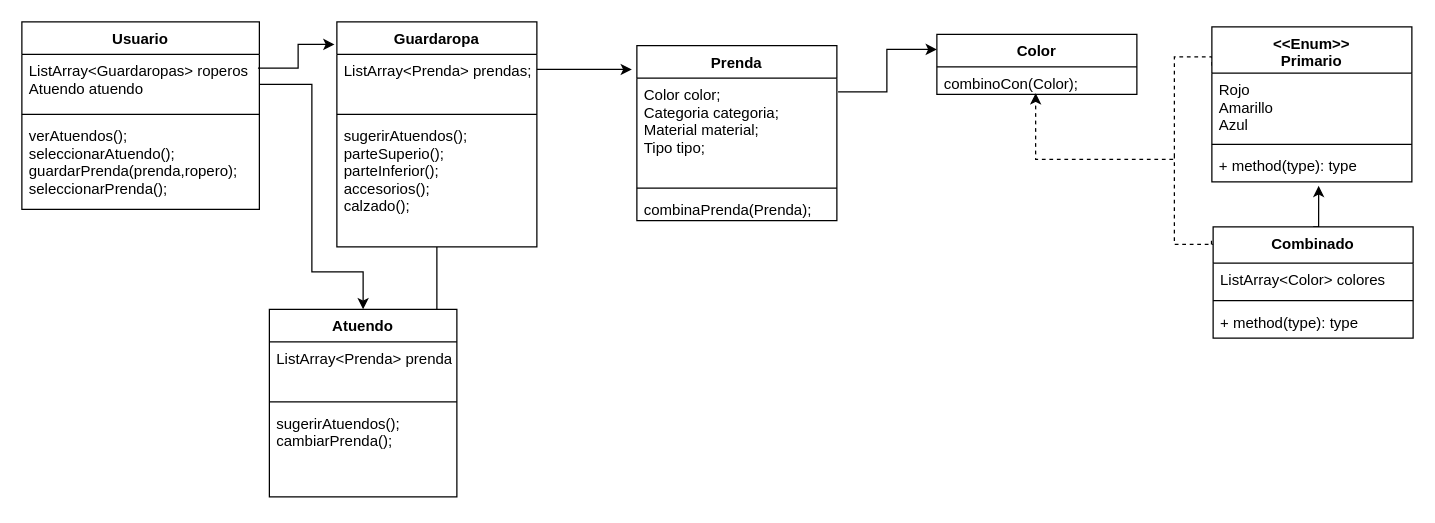
Earlier version of the draw.io diagram UML.drawio (Dzukito/Que-me-pongo). Source tidied: cells renumbered, new cells numbered last; positions are measured from the earlier drawing's top-left corner, leaving out a move shared by most shapes. Both pictures are drawn from the tidied source at 125%, with x=0, y=0 at pixel (21, 21).
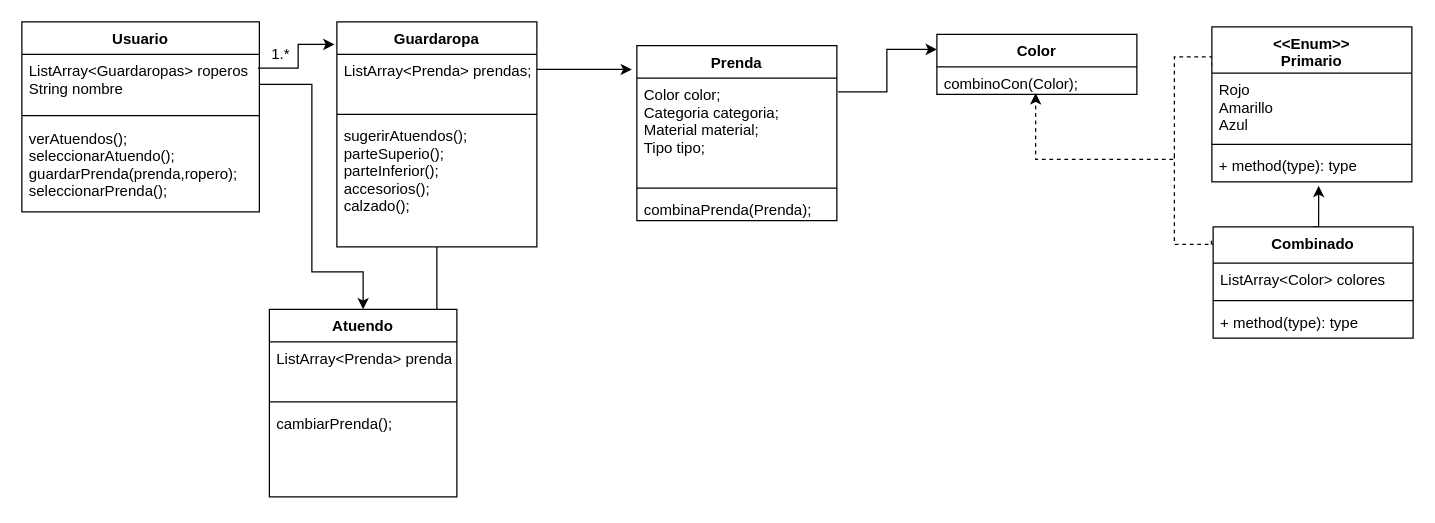
The same diagram, later.

Commit message:
modifico UML

Unchanged cells that the change refers to:
```xml
<mxCell id="21" value="Atuendo" style="swimlane;fontStyle=1;align=center;verticalAlign=top;horizontal=1;startSize=26;" parent="1" vertex="1">
  <mxGeometry x="198" y="230" width="150" height="150" as="geometry" />
</mxCell>
```

The edit, as a diff of the source:
```diff
@@
     <mxCell id="4" value="Usuario" style="swimlane;fontStyle=1;align=center;verticalAlign=top;horizontal=1;startSize=26;" parent="1" vertex="1">
-      <mxGeometry width="190" height="150" as="geometry" />
+      <mxGeometry width="190" height="152" as="geometry" />
     </mxCell>
-    <mxCell id="5" value="ListArray&lt;Guardaropas&gt; roperos&#10;Atuendo atuendo&#10;" style="text;strokeColor=none;fillColor=none;align=left;verticalAlign=top;spacingLeft=4;spacingRight=4;overflow=hidden;points=[[0,0.5],[1,0.5]];portConstraint=eastwest;" parent="4" vertex="1">
+    <mxCell id="5" value="ListArray&lt;Guardaropas&gt; roperos&#10;String nombre&#10;" style="text;strokeColor=none;fillColor=none;align=left;verticalAlign=top;spacingLeft=4;spacingRight=4;overflow=hidden;points=[[0,0.5],[1,0.5]];portConstraint=eastwest;" parent="4" vertex="1">
       <mxGeometry y="26" width="190" height="44" as="geometry" />
     </mxCell>
     <mxCell id="6" style="line;strokeWidth=1;fillColor=none;align=left;verticalAlign=middle;spacingTop=-1;spacingLeft=3;spacingRight=3;labelPosition=right;" parent="4" vertex="1">
-      <mxGeometry y="70" width="190" height="8" as="geometry" />
+      <mxGeometry y="70" width="190" height="10" as="geometry" />
     </mxCell>
     <mxCell id="7" value="verAtuendos();&#10;seleccionarAtuendo();&#10;guardarPrenda(prenda,ropero);&#10;seleccionarPrenda();&#10;" style="text;strokeColor=none;fillColor=none;align=left;verticalAlign=top;spacingLeft=4;spacingRight=4;overflow=hidden;" parent="4" vertex="1">
-      <mxGeometry y="78" width="190" height="72" as="geometry" />
+      <mxGeometry y="80" width="190" height="72" as="geometry" />
     </mxCell>
@@
-    <mxCell id="24" value="sugerirAtuendos();&#10;cambiarPrenda();&#10;&#10;" style="text;strokeColor=none;fillColor=none;align=left;verticalAlign=top;spacingLeft=4;spacingRight=4;overflow=hidden;" parent="21" vertex="1">
+    <mxCell id="24" value="cambiarPrenda();&#10;&#10;" style="text;strokeColor=none;fillColor=none;align=left;verticalAlign=top;spacingLeft=4;spacingRight=4;overflow=hidden;" parent="21" vertex="1">
       <mxGeometry y="78" width="150" height="72" as="geometry" />
     </mxCell>
@@
+    <mxCell id="36" value="1.*" style="text;html=1;align=left;verticalAlign=top;spacingTop=-4;" parent="1" vertex="1">
+      <mxGeometry x="198" y="16" width="30" height="20" as="geometry" />
+    </mxCell>
```
